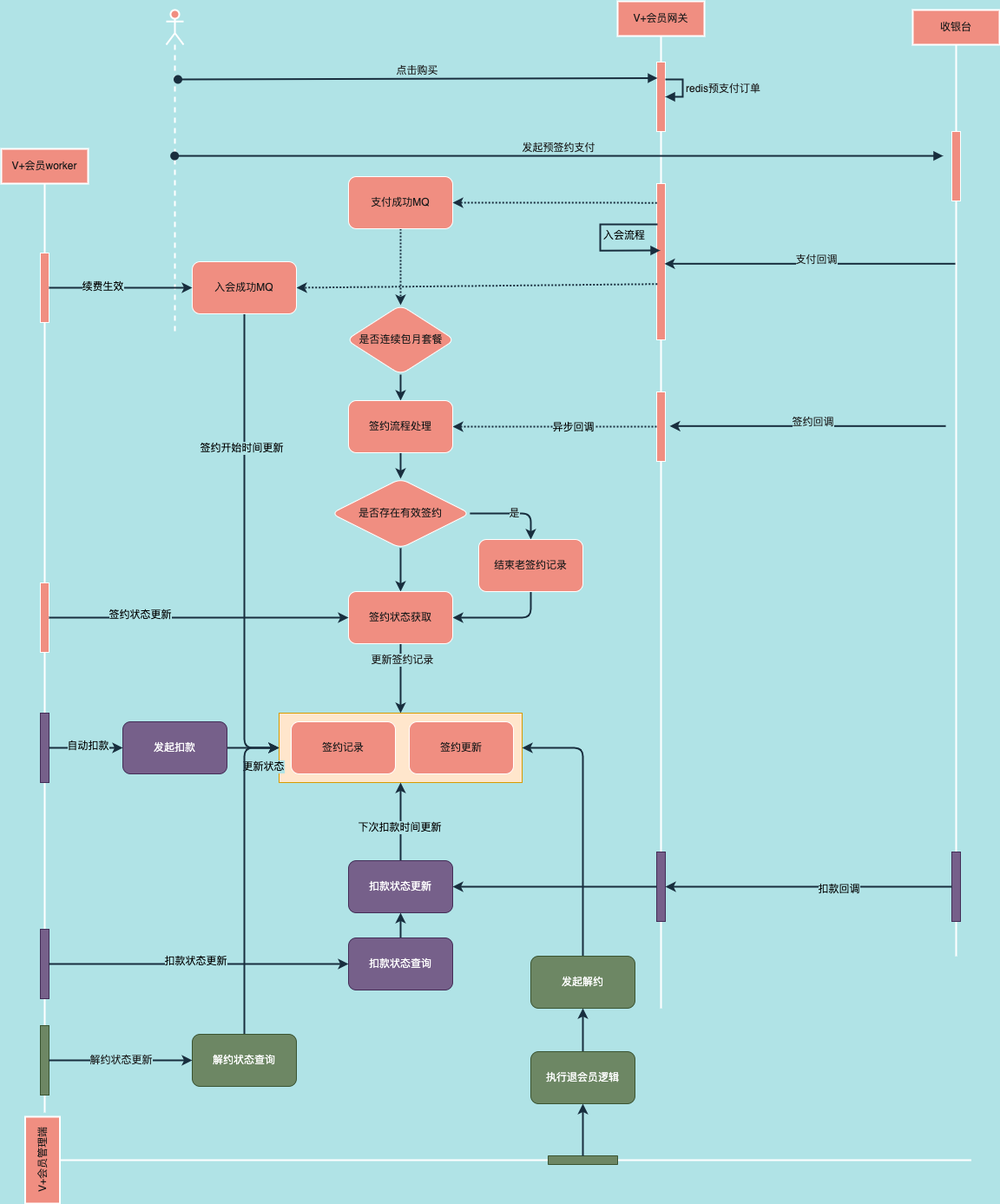
Above: 连续包月会员.png in 845642761/diagram (draw.io), before the change. Source tidied: cells renumbered, new cells last; positions are measured from the earlier drawing's top-left corner, leaving out a move shared by most shapes.
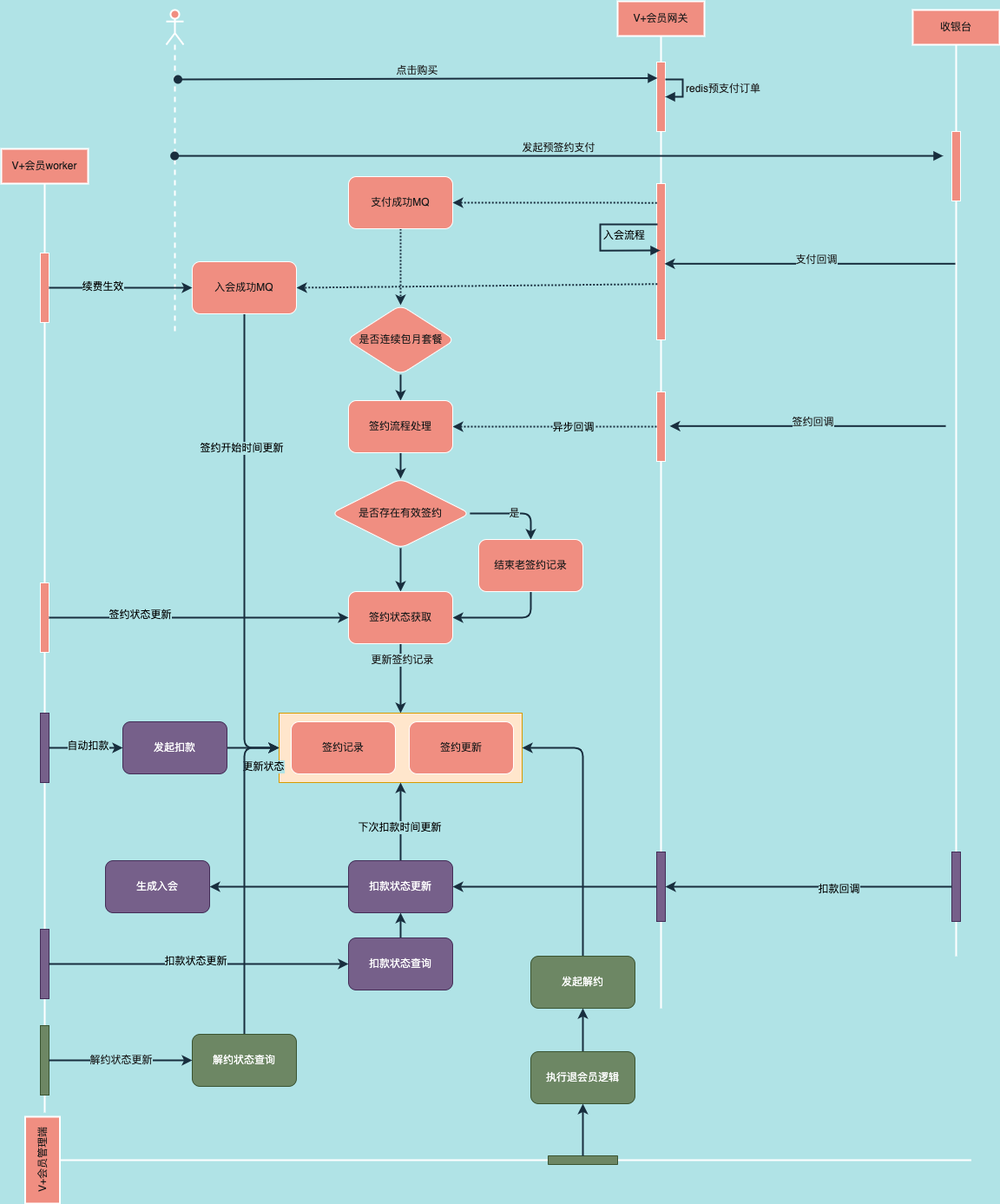
The same file after the commit.

Commit message:
更新连续包月会员.png

The edit, as a diff of the source:
```diff
@@ -224,6 +224,9 @@
     <mxCell id="64" value="下次扣款时间更新" style="edgeLabel;html=1;align=center;verticalAlign=middle;fontColor=#000000;labelBackgroundColor=#B0E3E6;" parent="63" vertex="1">
       <mxGeometry x="-0.15" y="2" relative="1" as="geometry" />
     </mxCell>
+    <mxCell id="79" style="edgeStyle=orthogonalEdgeStyle;rounded=1;sketch=0;jettySize=auto;html=1;labelBackgroundColor=#B0E3E6;fontColor=#000000;strokeColor=#182E3E;strokeWidth=2;" parent="1" edge="1" source="65" target="80">
+      <mxGeometry relative="1" as="geometry" />
+    </mxCell>
     <mxCell id="65" value="扣款状态更新" style="whiteSpace=wrap;html=1;fillColor=#76608a;strokeColor=#432D57;rounded=1;sketch=0;fontColor=#ffffff;" parent="1" vertex="1">
       <mxGeometry x="400" y="990" width="120" height="60" as="geometry" />
     </mxCell>
@@ -266,5 +269,8 @@
     <mxCell id="78" value="&lt;span style=&quot;color: rgb(26 , 26 , 26) ; font-size: 12px ; background-color: rgb(176 , 227 , 230)&quot;&gt;解约状态更新&lt;/span&gt;" style="edgeStyle=orthogonalEdgeStyle;rounded=1;sketch=0;jettySize=auto;html=1;entryX=0;entryY=0.5;entryDx=0;entryDy=0;labelBackgroundColor=#B0E3E6;fontColor=#000000;strokeColor=#182E3E;strokeWidth=2;" parent="1" edge="1" source="49" target="77">
       <mxGeometry relative="1" as="geometry" />
     </mxCell>
+    <mxCell id="80" value="生成入会" style="whiteSpace=wrap;html=1;fillColor=#76608a;strokeColor=#432D57;fontColor=#ffffff;rounded=1;sketch=0;" parent="1" vertex="1">
+      <mxGeometry x="120" y="990" width="120" height="60" as="geometry" />
+    </mxCell>
   </root>
 </mxGraphModel>
```
